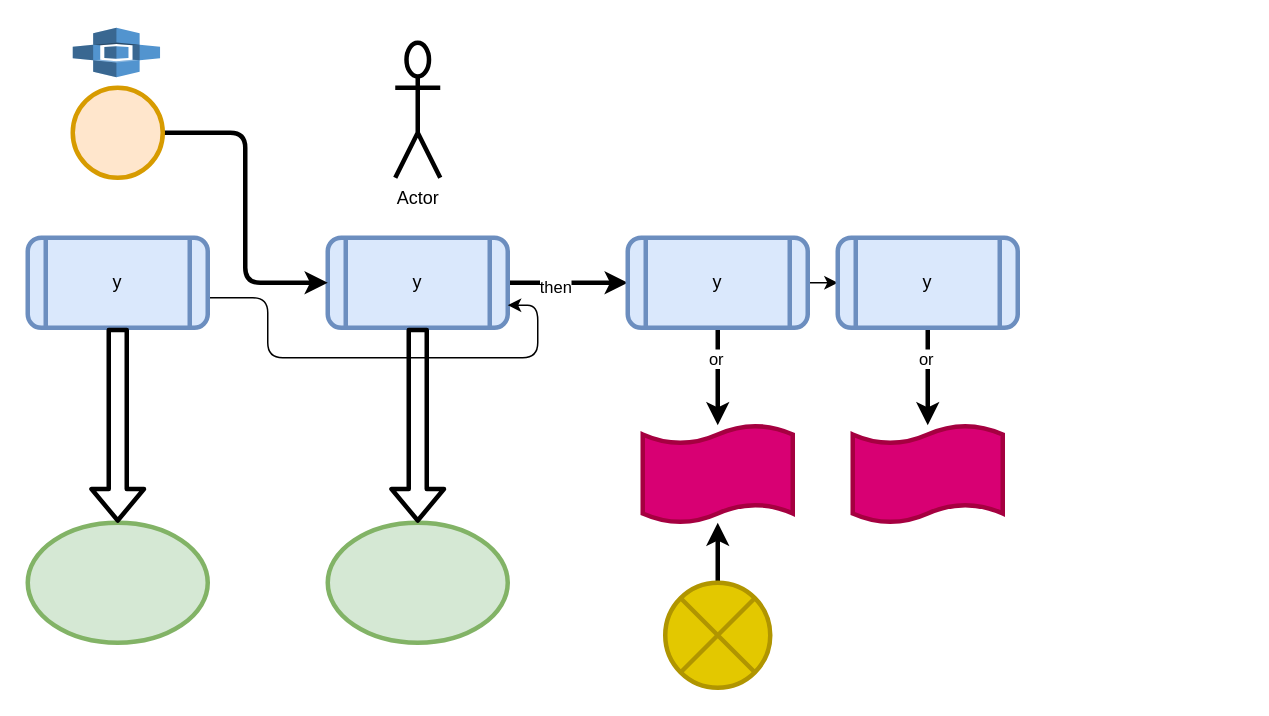
This is test.drawio from sourcelight/test_repo, a draw.io file, before an edit. Source tidied: cells renumbered, new cells numbered last; positions are measured from the earlier drawing's top-left corner, leaving out a move shared by most shapes. Both pictures are drawn from the tidied source at 150%, with x=0, y=0 at pixel (27, 27).
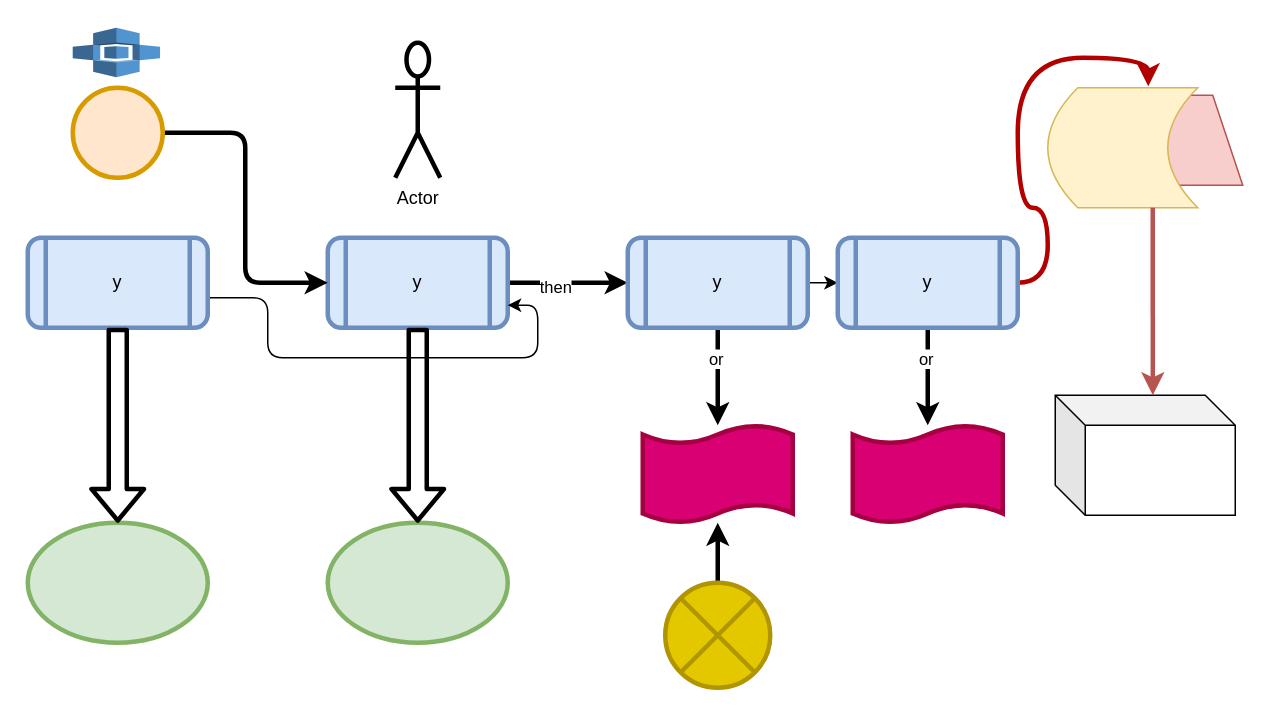
The same page after the edit.

The change refers to these unchanged cells:
```xml
<mxCell id="24" value="y" style="shape=process;whiteSpace=wrap;html=1;backgroundOutline=1;fillColor=#dae8fc;strokeColor=#6c8ebf;rounded=1;strokeWidth=3;shadow=0;" parent="1" vertex="1">
  <mxGeometry x="540" y="140" width="120" height="60" as="geometry" />
</mxCell>
```

Diff of the diagram source:
```diff
@@
+    <mxCell id="26" style="edgeStyle=orthogonalEdgeStyle;jettySize=auto;html=1;entryX=0.67;entryY=-0.012;entryDx=0;entryDy=0;entryPerimeter=0;curved=1;strokeWidth=3;fillColor=#e51400;strokeColor=#B20000;" parent="1" edge="1" source="24" target="29">
+      <mxGeometry relative="1" as="geometry" />
+    </mxCell>
@@
+    <mxCell id="27" style="group;" parent="1" vertex="1">
+      <mxGeometry x="680" y="40" width="130" height="80" as="geometry" />
+    </mxCell>
+    <mxCell id="28" style="shape=trapezoid;perimeter=trapezoidPerimeter;whiteSpace=wrap;html=1;fixedSize=1;fillColor=#f8cecc;strokeColor=#b85450;" parent="27" vertex="1">
+      <mxGeometry x="10" y="5" width="120" height="60" as="geometry" />
+    </mxCell>
+    <mxCell id="29" style="shape=dataStorage;whiteSpace=wrap;html=1;fixedSize=1;fillColor=#fff2cc;strokeColor=#d6b656;" parent="27" vertex="1">
+      <mxGeometry width="100" height="80" as="geometry" />
+    </mxCell>
+    <mxCell id="30" style="shape=cube;whiteSpace=wrap;html=1;boundedLbl=1;backgroundOutline=1;darkOpacity=0.05;darkOpacity2=0.1;" parent="1" vertex="1">
+      <mxGeometry x="685" y="245" width="120" height="80" as="geometry" />
+    </mxCell>
+    <mxCell id="31" style="endArrow=classic;html=1;rounded=0;entryX=0.542;entryY=0;entryDx=0;entryDy=0;entryPerimeter=0;strokeWidth=3;fillColor=#f8cecc;strokeColor=#b85450;" parent="1" edge="1" target="30">
+      <mxGeometry relative="1" as="geometry">
+        <mxPoint x="750" y="120" as="sourcePoint" />
+      </mxGeometry>
+    </mxCell>
```
